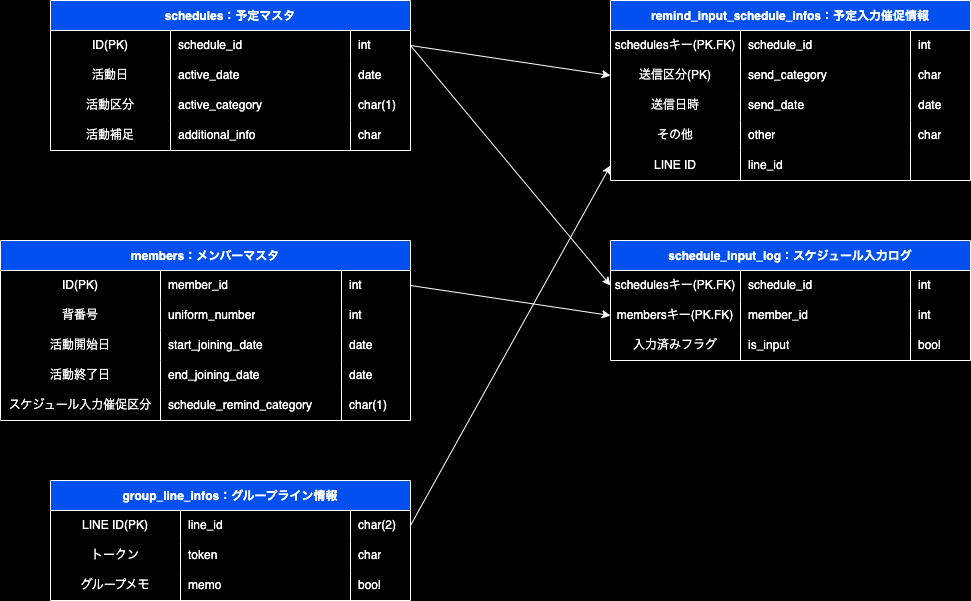
The draw.io diagram 03_テーブル/ER_figure.drawio.png in ShigaFreedom/document_freedom_system, before a commit. Source tidied: cells renumbered, new cells last; positions are measured from the earlier drawing's top-left corner, leaving out a move shared by most shapes.
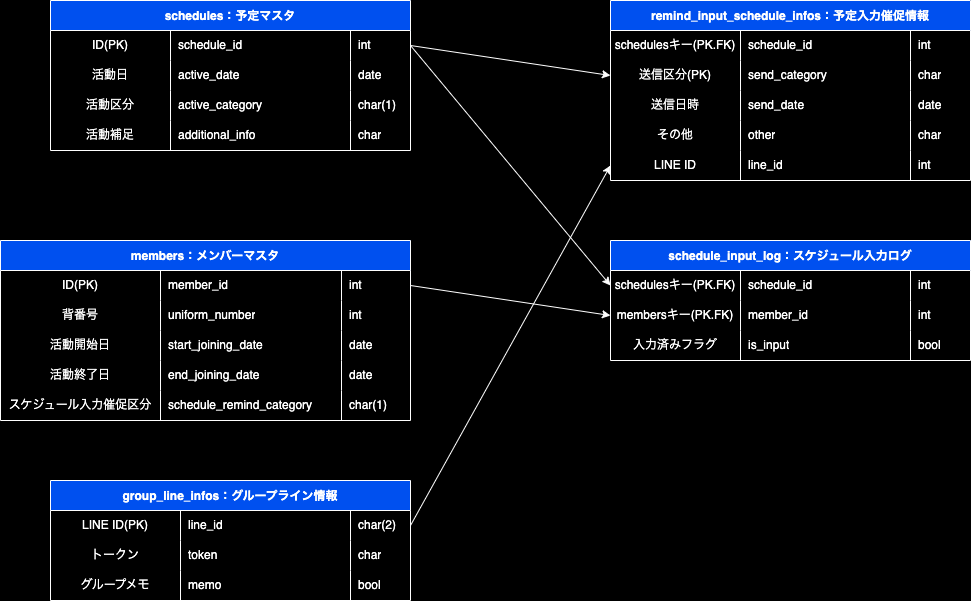
Above is the later version.

The edit, as a diff of the source:
```diff
@@ -113,7 +113,7 @@
     <mxCell id="38" value="line_id" style="shape=partialRectangle;html=1;whiteSpace=wrap;fillColor=none;top=0;left=0;bottom=0;right=0;align=left;spacingLeft=6;overflow=hidden;fontColor=#FFFFFF;" parent="36" vertex="1">
       <mxGeometry x="130" width="170" height="30" as="geometry" />
     </mxCell>
-    <mxCell id="39" style="shape=partialRectangle;html=1;whiteSpace=wrap;fillColor=none;top=0;left=0;bottom=0;right=0;align=left;spacingLeft=6;overflow=hidden;fontColor=#FFFFFF;" parent="36" vertex="1">
+    <mxCell id="39" value="int" style="shape=partialRectangle;html=1;whiteSpace=wrap;fillColor=none;top=0;left=0;bottom=0;right=0;align=left;spacingLeft=6;overflow=hidden;fontColor=#FFFFFF;" parent="36" vertex="1">
       <mxGeometry x="300" width="60" height="30" as="geometry" />
     </mxCell>
     <mxCell id="40" value="members：メンバーマスタ" style="shape=table;startSize=30;rowLines=0;fontStyle=1;fillColor=#0050ef;fontColor=#FFFFFF;strokeColor=#FFFFFF;" parent="1" vertex="1">
```
